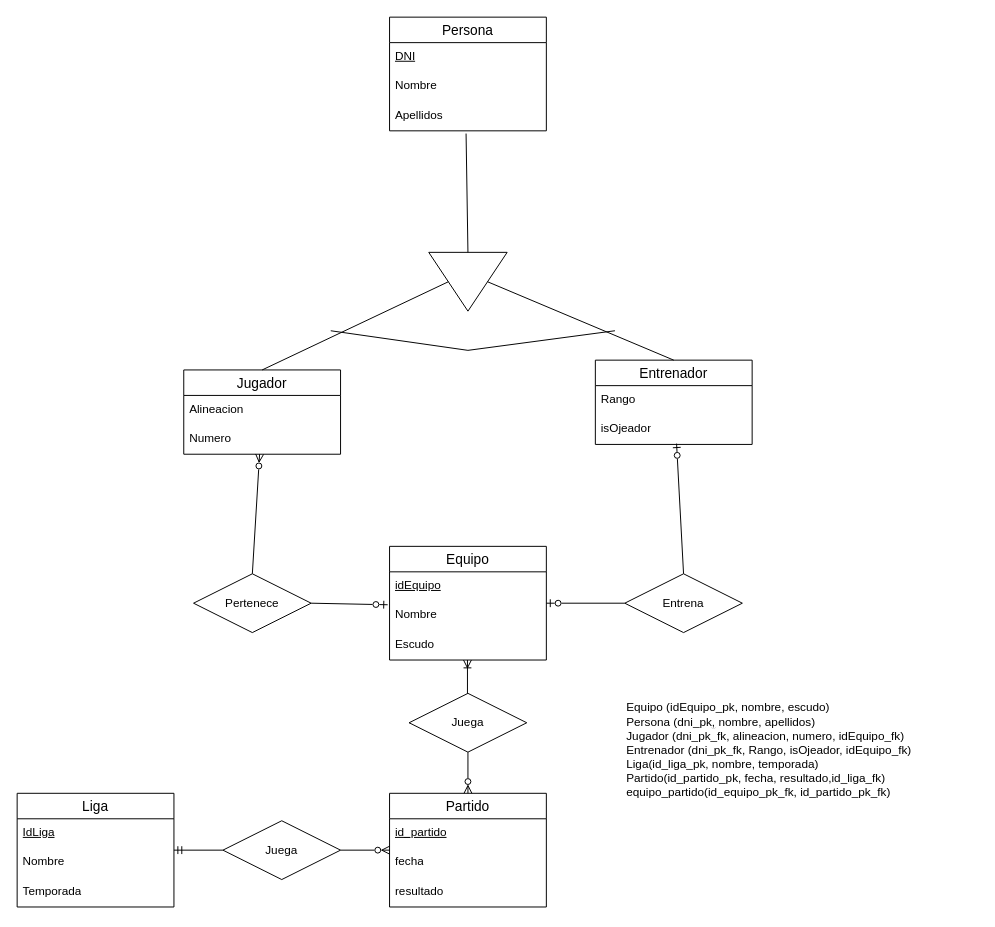
This is TA12Ej10.drawio from AlejandroCara/acr-tsys-modeloER-drawio-1110, a draw.io file, before an edit. Source tidied: cells renumbered, new cells numbered last; positions are measured from the earlier drawing's top-left corner, leaving out a move shared by most shapes. Both pictures are drawn from the tidied source at 98%, with x=0, y=0 at pixel (17, 17).
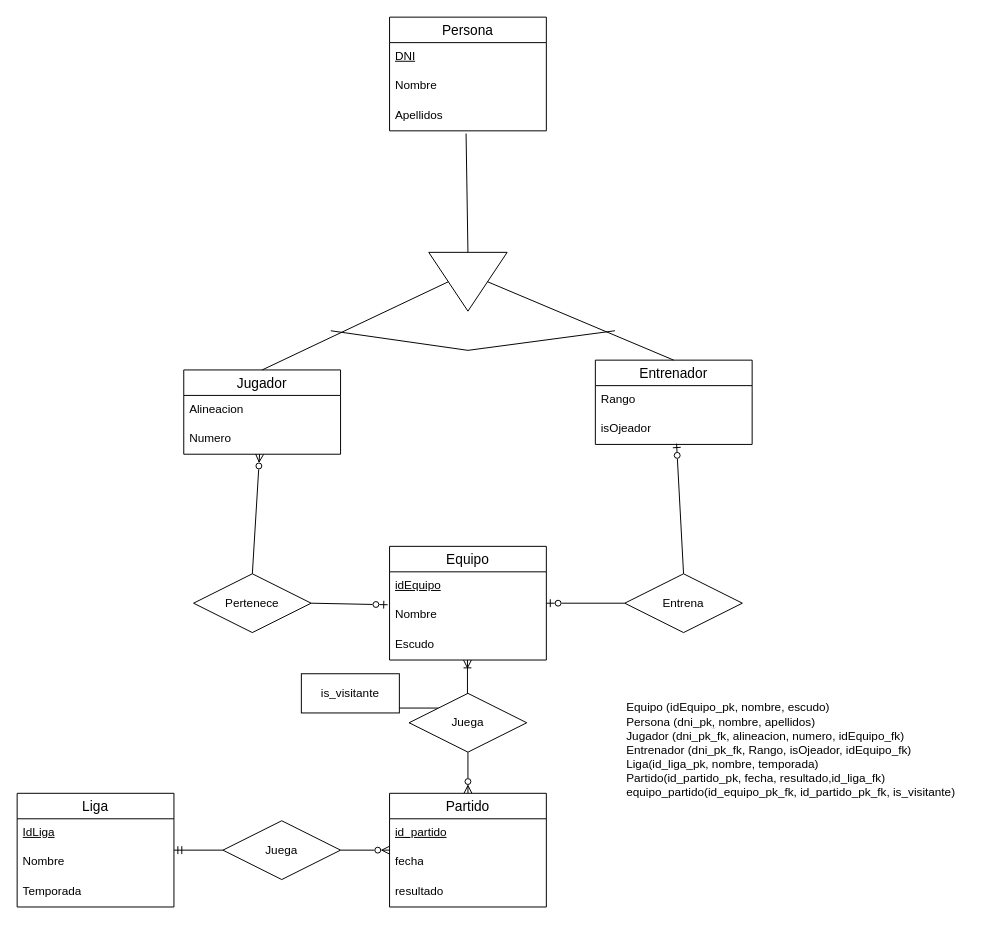
The same diagram, later.

Unchanged cells that the change refers to:
```xml
<mxCell id="34" value="Juega" style="shape=rhombus;perimeter=rhombusPerimeter;whiteSpace=wrap;html=1;align=center;" parent="1" vertex="1">
  <mxGeometry x="400" y="690" width="120" height="60" as="geometry" />
</mxCell>
```

What changed in the source:
```diff
@@
-    <mxCell id="28" value="Equipo (idEquipo_pk, nombre, escudo)&lt;br style=&quot;border-color: var(--border-color);&quot;&gt;Persona (dni_pk&lt;u&gt;,&lt;/u&gt; nombre, apellidos)&lt;br&gt;Jugador (dni_pk_fk, alineacion, numero, idEquipo_fk)&lt;br&gt;Entrenador (dni_pk_fk, Rango, isOjeador, idEquipo_fk)&lt;br&gt;&lt;div&gt;Liga(id_liga_pk, nombre, temporada)&lt;/div&gt;&lt;div&gt;Partido(id_partido_pk, fecha, resultado,id_liga_fk)&lt;/div&gt;&lt;div&gt;equipo_partido(id_equipo_pk_fk, id_partido_pk_fk)&lt;/div&gt;" style="text;html=1;strokeColor=none;fillColor=none;align=left;verticalAlign=middle;whiteSpace=wrap;rounded=0;" parent="1" vertex="1">
+    <mxCell id="28" value="Equipo (idEquipo_pk, nombre, escudo)&lt;br style=&quot;border-color: var(--border-color);&quot;&gt;Persona (dni_pk&lt;u&gt;,&lt;/u&gt; nombre, apellidos)&lt;br&gt;Jugador (dni_pk_fk, alineacion, numero, idEquipo_fk)&lt;br&gt;Entrenador (dni_pk_fk, Rango, isOjeador, idEquipo_fk)&lt;br&gt;&lt;div&gt;Liga(id_liga_pk, nombre, temporada)&lt;/div&gt;&lt;div&gt;Partido(id_partido_pk, fecha, resultado,id_liga_fk)&lt;/div&gt;&lt;div&gt;equipo_partido(id_equipo_pk_fk, id_partido_pk_fk, is_visitante)&lt;/div&gt;" style="text;html=1;strokeColor=none;fillColor=none;align=left;verticalAlign=middle;whiteSpace=wrap;rounded=0;" parent="1" vertex="1">
       <mxGeometry x="620" y="628" width="360" height="240" as="geometry" />
     </mxCell>
@@
+    <mxCell id="42" style="edgeStyle=orthogonalEdgeStyle;rounded=0;jettySize=auto;html=1;exitX=0;exitY=0;exitDx=0;exitDy=0;endArrow=none;endFill=0;" parent="1" edge="1" source="34" target="43">
+      <mxGeometry relative="1" as="geometry" />
+    </mxCell>
@@
+    <mxCell id="43" value="is_visitante" style="whiteSpace=wrap;html=1;align=center;" parent="1" vertex="1">
+      <mxGeometry x="290" y="670" width="100" height="40" as="geometry" />
+    </mxCell>
```
